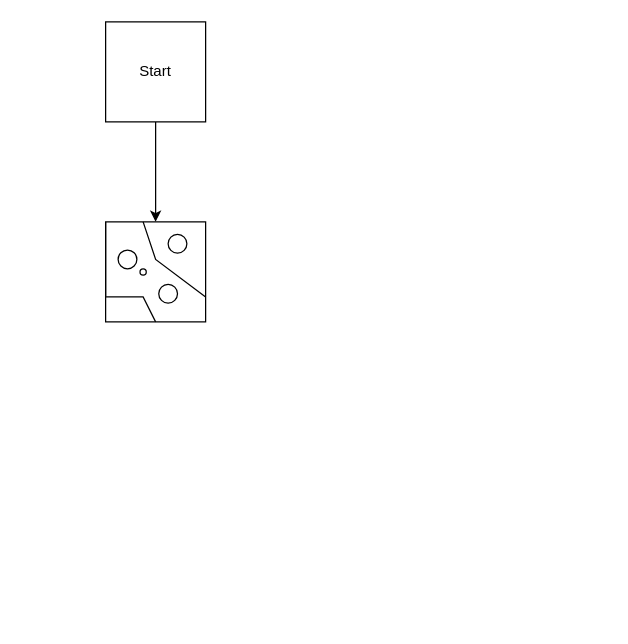
Before: Detective Game.drawio in louisslater/test-AR-js, a draw.io diagram. Source tidied: cells renumbered, new cells numbered last; positions are measured from the earlier drawing's top-left corner, leaving out a move shared by most shapes. Both pictures are drawn from the tidied source at 125%, with x=0, y=0 at pixel (105, 21).
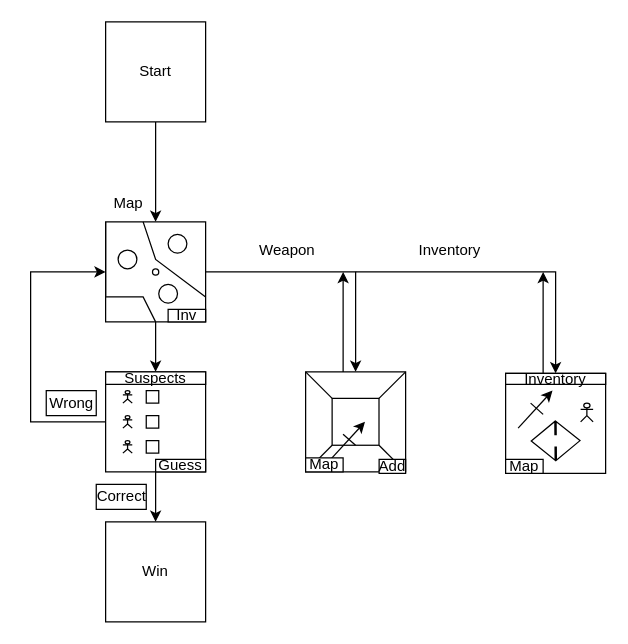
Above is the later version.

The edit, as a diff of the source:
```diff
@@
+    <mxCell id="12" style="edgeStyle=orthogonalEdgeStyle;rounded=0;jettySize=auto;html=1;exitX=1;exitY=0.5;exitDx=0;exitDy=0;" parent="1" edge="1" source="4" target="17">
+      <mxGeometry relative="1" as="geometry">
+        <Array as="points">
+          <mxPoint x="200" y="200" />
+        </Array>
+      </mxGeometry>
+    </mxCell>
+    <mxCell id="13" value="Map" style="text;html=1;align=center;verticalAlign=middle;strokeColor=none;fillColor=none;" parent="1" vertex="1">
+      <mxGeometry x="-7.5" y="130" width="50" height="30" as="geometry" />
+    </mxCell>
+    <mxCell id="14" value="Weapon" style="text;html=1;align=center;verticalAlign=middle;strokeColor=none;fillColor=none;" parent="1" vertex="1">
+      <mxGeometry x="110" y="168" width="70" height="30" as="geometry" />
+    </mxCell>
+    <mxCell id="15" style="whiteSpace=wrap;html=1;" parent="1" vertex="1">
+      <mxGeometry y="280" width="80" height="80" as="geometry" />
+    </mxCell>
+    <mxCell id="16" style="group;" parent="1" vertex="1">
+      <mxGeometry x="160" y="280" width="80" height="81.2" as="geometry" />
+    </mxCell>
+    <mxCell id="17" style="whiteSpace=wrap;html=1;" parent="16" vertex="1">
+      <mxGeometry width="80" height="80" as="geometry" />
+    </mxCell>
+    <mxCell id="18" style="whiteSpace=wrap;html=1;" parent="16" vertex="1">
+      <mxGeometry x="21.2" y="21.2" width="37.5" height="37.5" as="geometry" />
+    </mxCell>
+    <mxCell id="19" style="endArrow=none;html=1;rounded=0;entryX=0;entryY=0;entryDx=0;entryDy=0;exitX=0;exitY=0;exitDx=0;exitDy=0;" parent="16" edge="1" source="18" target="17">
+      <mxGeometry relative="1" as="geometry" />
+    </mxCell>
+    <mxCell id="20" style="endArrow=none;html=1;rounded=0;entryX=1;entryY=0;entryDx=0;entryDy=0;exitX=1;exitY=0;exitDx=0;exitDy=0;" parent="16" edge="1" source="18" target="17">
+      <mxGeometry relative="1" as="geometry" />
+    </mxCell>
+    <mxCell id="21" style="endArrow=none;html=1;rounded=0;" parent="16" edge="1" target="17">
+      <mxGeometry relative="1" as="geometry">
+        <mxPoint y="80" as="sourcePoint" />
+      </mxGeometry>
+    </mxCell>
+    <mxCell id="22" style="endArrow=none;html=1;rounded=0;entryX=0;entryY=1;entryDx=0;entryDy=0;exitX=0;exitY=1;exitDx=0;exitDy=0;" parent="16" edge="1" source="17" target="18">
+      <mxGeometry relative="1" as="geometry" />
+    </mxCell>
+    <mxCell id="23" style="endArrow=none;html=1;rounded=0;entryX=1;entryY=1;entryDx=0;entryDy=0;exitX=1;exitY=1;exitDx=0;exitDy=0;" parent="16" edge="1" source="17" target="18">
+      <mxGeometry relative="1" as="geometry" />
+    </mxCell>
+    <mxCell id="24" style="endArrow=classic;html=1;rounded=0;exitX=0.25;exitY=0.875;exitDx=0;exitDy=0;exitPerimeter=0;" parent="16" edge="1" source="17">
+      <mxGeometry relative="1" as="geometry">
+        <mxPoint x="47.5" y="40" as="targetPoint" />
+      </mxGeometry>
+    </mxCell>
+    <mxCell id="25" style="endArrow=none;html=1;rounded=0;entryX=0.233;entryY=0.767;entryDx=0;entryDy=0;entryPerimeter=0;exitX=0.5;exitY=1;exitDx=0;exitDy=0;" parent="16" edge="1" source="18" target="18">
+      <mxGeometry relative="1" as="geometry" />
+    </mxCell>
+    <mxCell id="26" value="Add" style="rounded=0;whiteSpace=wrap;html=1;" parent="16" vertex="1">
+      <mxGeometry x="58.8" y="70" width="21.2" height="11.2" as="geometry" />
+    </mxCell>
+    <mxCell id="27" value="Map" style="rounded=0;whiteSpace=wrap;html=1;" parent="16" vertex="1">
+      <mxGeometry y="68.8" width="30" height="11.2" as="geometry" />
+    </mxCell>
+    <mxCell id="28" style="group;" parent="1" vertex="1">
+      <mxGeometry y="160" width="80" height="80" as="geometry" />
+    </mxCell>
-    <mxCell id="4" style="whiteSpace=wrap;html=1;" parent="1" vertex="1">
-      <mxGeometry y="160" width="80" height="80" as="geometry" />
+    <mxCell id="4" style="whiteSpace=wrap;html=1;" parent="28" vertex="1">
+      <mxGeometry width="80" height="80" as="geometry" />
     </mxCell>
-    <mxCell id="5" style="ellipse;whiteSpace=wrap;html=1;" parent="1" vertex="1">
-      <mxGeometry x="27.5" y="197.5" width="5" height="5" as="geometry" />
+    <mxCell id="5" style="ellipse;whiteSpace=wrap;html=1;" parent="28" vertex="1">
+      <mxGeometry x="37.5" y="37.5" width="5" height="5" as="geometry" />
     </mxCell>
-    <mxCell id="6" style="ellipse;whiteSpace=wrap;html=1;" parent="1" vertex="1">
-      <mxGeometry x="50" y="170" width="15" height="15" as="geometry" />
+    <mxCell id="6" style="ellipse;whiteSpace=wrap;html=1;" parent="28" vertex="1">
+      <mxGeometry x="50" y="10" width="15" height="15" as="geometry" />
     </mxCell>
-    <mxCell id="7" style="ellipse;whiteSpace=wrap;html=1;" parent="1" vertex="1">
-      <mxGeometry x="10" y="182.5" width="15" height="15" as="geometry" />
+    <mxCell id="7" style="ellipse;whiteSpace=wrap;html=1;" parent="28" vertex="1">
+      <mxGeometry x="10" y="22.5" width="15" height="15" as="geometry" />
     </mxCell>
-    <mxCell id="8" style="ellipse;whiteSpace=wrap;html=1;" parent="1" vertex="1">
-      <mxGeometry x="42.5" y="210" width="15" height="15" as="geometry" />
+    <mxCell id="8" style="ellipse;whiteSpace=wrap;html=1;" parent="28" vertex="1">
+      <mxGeometry x="42.5" y="50" width="15" height="15" as="geometry" />
     </mxCell>
-    <mxCell id="9" style="endArrow=none;html=1;rounded=0;entryX=0.25;entryY=0;entryDx=0;entryDy=0;" parent="1" edge="1">
+    <mxCell id="9" style="endArrow=none;html=1;rounded=0;entryX=0.25;entryY=0;entryDx=0;entryDy=0;" parent="28" edge="1">
       <mxGeometry relative="1" as="geometry">
-        <mxPoint x="80" y="220" as="sourcePoint" />
-        <mxPoint x="30" y="160" as="targetPoint" />
+        <mxPoint x="80" y="60" as="sourcePoint" />
+        <mxPoint x="30" as="targetPoint" />
         <Array as="points">
-          <mxPoint x="40" y="190" />
+          <mxPoint x="40" y="30" />
         </Array>
       </mxGeometry>
     </mxCell>
-    <mxCell id="10" style="endArrow=none;html=1;rounded=0;entryX=0;entryY=0.75;entryDx=0;entryDy=0;exitX=0.5;exitY=1;exitDx=0;exitDy=0;" parent="1" edge="1" source="4" target="4">
+    <mxCell id="10" style="endArrow=none;html=1;rounded=0;entryX=0;entryY=0.75;entryDx=0;entryDy=0;exitX=0.5;exitY=1;exitDx=0;exitDy=0;" parent="28" edge="1" source="4" target="4">
       <mxGeometry relative="1" as="geometry">
         <Array as="points">
-          <mxPoint x="30" y="220" />
+          <mxPoint x="30" y="60" />
         </Array>
       </mxGeometry>
     </mxCell>
-    <mxCell id="11" style="endArrow=none;html=1;rounded=0;" parent="1" edge="1">
+    <mxCell id="11" style="endArrow=none;html=1;rounded=0;" parent="28" edge="1">
       <mxGeometry relative="1" as="geometry">
-        <mxPoint y="205.8" as="sourcePoint" />
-        <mxPoint y="219.2" as="targetPoint" />
+        <mxPoint y="45.8" as="sourcePoint" />
+        <mxPoint y="59.2" as="targetPoint" />
         <Array as="points">
-          <mxPoint y="160" />
+          <mxPoint />
         </Array>
       </mxGeometry>
     </mxCell>
+    <mxCell id="29" value="Inv" style="rounded=0;whiteSpace=wrap;html=1;" parent="28" vertex="1">
+      <mxGeometry x="50" y="70" width="30" height="10" as="geometry" />
+    </mxCell>
+    <mxCell id="30" style="shape=umlActor;verticalLabelPosition=bottom;verticalAlign=top;html=1;" parent="1" vertex="1">
+      <mxGeometry x="13.8" y="295" width="7.5" height="10" as="geometry" />
+    </mxCell>
+    <mxCell id="31" style="shape=umlActor;verticalLabelPosition=bottom;verticalAlign=top;html=1;" parent="1" vertex="1">
+      <mxGeometry x="13.8" y="315" width="7.5" height="10" as="geometry" />
+    </mxCell>
+    <mxCell id="32" style="shape=umlActor;verticalLabelPosition=bottom;verticalAlign=top;html=1;" parent="1" vertex="1">
+      <mxGeometry x="13.8" y="335" width="7.5" height="10" as="geometry" />
+    </mxCell>
+    <mxCell id="33" style="whiteSpace=wrap;html=1;" parent="1" vertex="1">
+      <mxGeometry x="32.5" y="295" width="10" height="10" as="geometry" />
+    </mxCell>
+    <mxCell id="34" style="whiteSpace=wrap;html=1;" parent="1" vertex="1">
+      <mxGeometry x="32.5" y="315" width="10" height="10" as="geometry" />
+    </mxCell>
+    <mxCell id="35" style="whiteSpace=wrap;html=1;" parent="1" vertex="1">
+      <mxGeometry x="32.5" y="335" width="10" height="10" as="geometry" />
+    </mxCell>
+    <mxCell id="36" value="Suspects" style="rounded=0;whiteSpace=wrap;html=1;" parent="1" vertex="1">
+      <mxGeometry y="280" width="80" height="10" as="geometry" />
+    </mxCell>
+    <mxCell id="37" style="endArrow=classic;html=1;rounded=0;entryX=0.5;entryY=0;entryDx=0;entryDy=0;" parent="1" edge="1" target="36">
+      <mxGeometry relative="1" as="geometry">
+        <mxPoint x="40" y="240" as="sourcePoint" />
+      </mxGeometry>
+    </mxCell>
+    <mxCell id="38" value="Guess" style="rounded=0;whiteSpace=wrap;html=1;" parent="1" vertex="1">
+      <mxGeometry x="40" y="350" width="40" height="10" as="geometry" />
+    </mxCell>
+    <mxCell id="39" style="endArrow=classic;html=1;rounded=0;exitX=0;exitY=0.5;exitDx=0;exitDy=0;" parent="1" edge="1" source="15">
+      <mxGeometry relative="1" as="geometry">
+        <mxPoint y="200" as="targetPoint" />
+        <Array as="points">
+          <mxPoint x="-60" y="320" />
+          <mxPoint x="-60" y="200" />
+        </Array>
+      </mxGeometry>
+    </mxCell>
+    <mxCell id="40" value="Win" style="whiteSpace=wrap;html=1;" parent="1" vertex="1">
+      <mxGeometry y="400" width="80" height="80" as="geometry" />
+    </mxCell>
+    <mxCell id="41" style="endArrow=classic;html=1;rounded=0;entryX=0.5;entryY=0;entryDx=0;entryDy=0;exitX=0;exitY=1;exitDx=0;exitDy=0;" parent="1" edge="1" source="38" target="40">
+      <mxGeometry relative="1" as="geometry" />
+    </mxCell>
+    <mxCell id="42" style="endArrow=classic;html=1;rounded=0;" parent="1" edge="1" target="43">
+      <mxGeometry relative="1" as="geometry">
+        <mxPoint x="200" y="200" as="sourcePoint" />
+        <Array as="points">
+          <mxPoint x="360" y="200" />
+        </Array>
+      </mxGeometry>
+    </mxCell>
+    <mxCell id="43" style="whiteSpace=wrap;html=1;" parent="1" vertex="1">
+      <mxGeometry x="320" y="281.2" width="80" height="80" as="geometry" />
+    </mxCell>
+    <mxCell id="44" value="Inventory" style="text;html=1;align=center;verticalAlign=middle;strokeColor=none;fillColor=none;" parent="1" vertex="1">
+      <mxGeometry x="240" y="168" width="70" height="30" as="geometry" />
+    </mxCell>
+    <mxCell id="45" value="Inventory" style="rounded=0;whiteSpace=wrap;html=1;" parent="1" vertex="1">
+      <mxGeometry x="320" y="281.2" width="80" height="8.8" as="geometry" />
+    </mxCell>
+    <mxCell id="46" style="endArrow=classic;html=1;rounded=0;exitX=0.25;exitY=0.875;exitDx=0;exitDy=0;exitPerimeter=0;" parent="1" edge="1">
+      <mxGeometry relative="1" as="geometry">
+        <mxPoint x="330" y="325" as="sourcePoint" />
+        <mxPoint x="357.5" y="295" as="targetPoint" />
+      </mxGeometry>
+    </mxCell>
+    <mxCell id="47" style="endArrow=none;html=1;rounded=0;entryX=0.233;entryY=0.767;entryDx=0;entryDy=0;entryPerimeter=0;exitX=0.5;exitY=1;exitDx=0;exitDy=0;" parent="1" edge="1">
+      <mxGeometry relative="1" as="geometry">
+        <mxPoint x="350" y="314" as="sourcePoint" />
+        <mxPoint x="340" y="305" as="targetPoint" />
+      </mxGeometry>
+    </mxCell>
+    <mxCell id="48" style="shape=umlActor;verticalLabelPosition=bottom;verticalAlign=top;html=1;" parent="1" vertex="1">
+      <mxGeometry x="380" y="305" width="10" height="15" as="geometry" />
+    </mxCell>
+    <mxCell id="49" style="shape=flexArrow;endArrow=classic;startArrow=classic;html=1;rounded=0;exitX=0.125;exitY=0.605;exitDx=0;exitDy=0;exitPerimeter=0;" parent="1" edge="1">
+      <mxGeometry relative="1" as="geometry">
+        <mxPoint x="340" y="335.3" as="sourcePoint" />
+        <mxPoint x="380" y="335.2" as="targetPoint" />
+        <Array as="points">
+          <mxPoint x="380" y="335" />
+        </Array>
+      </mxGeometry>
+    </mxCell>
+    <mxCell id="50" value="Map" style="rounded=0;whiteSpace=wrap;html=1;" parent="1" vertex="1">
+      <mxGeometry x="320" y="350" width="30" height="11.2" as="geometry" />
+    </mxCell>
+    <mxCell id="51" style="endArrow=classic;html=1;rounded=0;" parent="1" edge="1">
+      <mxGeometry relative="1" as="geometry">
+        <mxPoint x="190" y="280" as="sourcePoint" />
+        <mxPoint x="190" y="200" as="targetPoint" />
+      </mxGeometry>
+    </mxCell>
+    <mxCell id="52" style="endArrow=classic;html=1;rounded=0;" parent="1" edge="1">
+      <mxGeometry relative="1" as="geometry">
+        <mxPoint x="350" y="281.2" as="sourcePoint" />
+        <mxPoint x="350" y="200" as="targetPoint" />
+      </mxGeometry>
+    </mxCell>
+    <mxCell id="53" value="Wrong" style="rounded=0;whiteSpace=wrap;html=1;" parent="1" vertex="1">
+      <mxGeometry x="-47.5" y="295" width="40" height="20" as="geometry" />
+    </mxCell>
+    <mxCell id="54" value="Correct" style="rounded=0;whiteSpace=wrap;html=1;" parent="1" vertex="1">
+      <mxGeometry x="-7.5" y="370" width="40" height="20" as="geometry" />
+    </mxCell>
```
